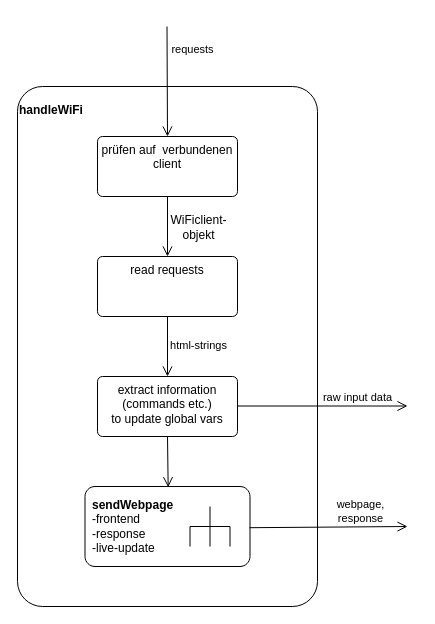
This is page "Seite-2" (2 of 4) of Aktivitätsdiagramm Vertigo 01.12.2025.drawio from MaxMartin-git/VertiGo, a draw.io file, before an edit. Source tidied: cells renumbered, new cells numbered last; positions are measured from the earlier drawing's top-left corner, leaving out a move shared by most shapes. Both pictures are drawn from the tidied source at 100%, with x=0, y=0 at pixel (17, 26).
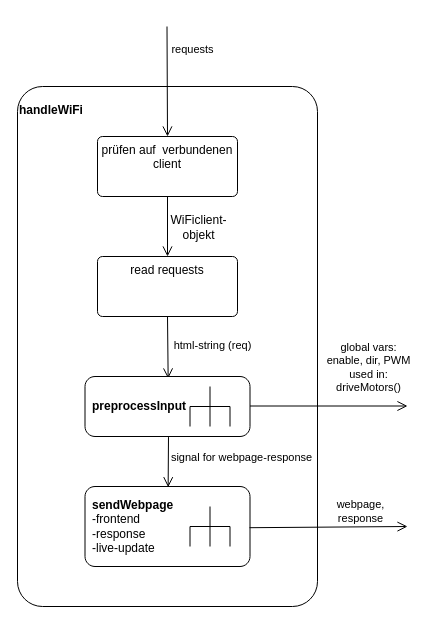
The same diagram, later.

The change refers to these unchanged cells:
```xml
<mxCell id="3" value="read requests" style="html=1;align=center;verticalAlign=top;rounded=1;absoluteArcSize=1;arcSize=10;dashed=0;whiteSpace=wrap;labelBackgroundColor=none;" parent="1" vertex="1">
  <mxGeometry x="80" y="230" width="140" height="60" as="geometry" />
</mxCell>
<mxCell id="7" value="&lt;span style=&quot;&quot;&gt;&lt;b&gt;sendWebpage&lt;/b&gt;&lt;/span&gt;&lt;div&gt;-frontend&lt;/div&gt;&lt;div&gt;-response&lt;/div&gt;&lt;div&gt;-live-update&lt;/div&gt;" style="shape=mxgraph.uml25.behaviorAction;html=1;rounded=1;absoluteArcSize=1;arcSize=10;align=left;spacingLeft=5;whiteSpace=wrap;labelBackgroundColor=none;" parent="1" vertex="1">
  <mxGeometry x="67.5" y="460" width="165" height="80" as="geometry" />
</mxCell>
<mxCell id="15" style="endArrow=open;startArrow=none;endFill=0;startFill=0;endSize=8;html=1;verticalAlign=bottom;labelBackgroundColor=none;strokeWidth=1;rounded=0;exitX=1;exitY=0.5;exitDx=0;exitDy=0;" parent="1" edge="1">
  <mxGeometry relative="1" as="geometry">
    <mxPoint x="220" y="379.5" as="sourcePoint" />
    <mxPoint x="390" y="379.5" as="targetPoint" />
  </mxGeometry>
</mxCell>
```

Diff of the diagram source:
```diff
@@
-    <mxCell id="4" style="endArrow=open;startArrow=none;endFill=0;startFill=0;endSize=8;html=1;verticalAlign=bottom;labelBackgroundColor=none;strokeWidth=1;rounded=0;exitX=0.5;exitY=1;exitDx=0;exitDy=0;entryX=0.5;entryY=0;entryDx=0;entryDy=0;fontColor=default;" parent="1" edge="1" source="3" target="17">
+    <mxCell id="4" style="endArrow=open;startArrow=none;endFill=0;startFill=0;endSize=8;html=1;verticalAlign=bottom;labelBackgroundColor=none;strokeWidth=1;rounded=0;exitX=0.5;exitY=1;exitDx=0;exitDy=0;entryX=0.504;entryY=0.033;entryDx=0;entryDy=0;fontColor=default;entryPerimeter=0;" parent="1" edge="1" source="3" target="20">
       <mxGeometry relative="1" as="geometry" />
     </mxCell>
-    <mxCell id="5" value="html-strings" style="edgeLabel;html=1;align=center;verticalAlign=middle;labelBackgroundColor=none;" parent="4" vertex="1">
+    <mxCell id="5" value="html-string (req)" style="edgeLabel;html=1;align=center;verticalAlign=middle;labelBackgroundColor=none;" parent="4" vertex="1">
       <mxGeometry x="-0.08" y="1" relative="1" as="geometry">
-        <mxPoint x="29" as="offset" />
+        <mxPoint x="43" as="offset" />
       </mxGeometry>
     </mxCell>
-    <mxCell id="6" style="endArrow=open;startArrow=none;endFill=0;startFill=0;endSize=8;html=1;verticalAlign=bottom;labelBackgroundColor=none;strokeWidth=1;rounded=0;exitX=0.5;exitY=1;exitDx=0;exitDy=0;entryX=0.504;entryY=0.009;entryDx=0;entryDy=0;entryPerimeter=0;fontColor=default;" parent="1" edge="1" source="17" target="7">
+    <mxCell id="6" style="endArrow=open;startArrow=none;endFill=0;startFill=0;endSize=8;html=1;verticalAlign=bottom;labelBackgroundColor=none;strokeWidth=1;rounded=0;entryX=0.504;entryY=0.009;entryDx=0;entryDy=0;entryPerimeter=0;fontColor=default;exitX=0.506;exitY=1.01;exitDx=0;exitDy=0;exitPerimeter=0;" parent="1" edge="1" source="20" target="7">
       <mxGeometry relative="1" as="geometry" />
     </mxCell>
+    <mxCell id="18" value="signal for webpage-response" style="edgeLabel;html=1;align=center;verticalAlign=middle;fontFamily=Helvetica;fontSize=11;fontColor=default;labelBackgroundColor=default;fillColor=none;gradientColor=none;" parent="6" vertex="1">
+      <mxGeometry x="-0.38" y="3" relative="1" as="geometry">
+        <mxPoint x="70" y="4" as="offset" />
+      </mxGeometry>
+    </mxCell>
@@
-    <mxCell id="16" value="&lt;span style=&quot;&quot;&gt;raw input data&lt;/span&gt;" style="edgeLabel;html=1;align=center;verticalAlign=middle;labelBackgroundColor=default;" parent="15" vertex="1">
+    <mxCell id="16" style="edgeLabel;html=1;align=center;verticalAlign=middle;labelBackgroundColor=default;fillColor=#FFFFFF;" parent="15" vertex="1">
       <mxGeometry x="0.37" y="-1" relative="1" as="geometry">
-        <mxPoint x="3" y="-10" as="offset" />
+        <mxPoint x="13" y="-40" as="offset" />
       </mxGeometry>
     </mxCell>
-    <mxCell id="17" value="&lt;div&gt;extract information&lt;/div&gt;&lt;div&gt;(commands etc.)&lt;/div&gt;&lt;div&gt;to update global vars&lt;/div&gt;" style="html=1;align=center;verticalAlign=top;rounded=1;absoluteArcSize=1;arcSize=10;dashed=0;whiteSpace=wrap;labelBackgroundColor=none;" parent="1" vertex="1">
-      <mxGeometry x="80" y="350" width="140" height="60" as="geometry" />
-    </mxCell>
+    <mxCell id="19" value="&lt;span style=&quot;background-color: light-dark(#ffffff, var(--ge-dark-color, #121212));&quot;&gt;global vars:&lt;/span&gt;&lt;div&gt;enable, dir, PWM&lt;/div&gt;&lt;div&gt;used in:&lt;/div&gt;&lt;div&gt;driveMotors()&lt;/div&gt;" style="edgeLabel;html=1;align=center;verticalAlign=middle;fontFamily=Helvetica;fontSize=11;fontColor=default;labelBackgroundColor=default;fillColor=none;gradientColor=none;" parent="15" vertex="1">
+      <mxGeometry x="0.37" y="-1" relative="1" as="geometry">
+        <mxPoint x="14" y="-40" as="offset" />
+      </mxGeometry>
+    </mxCell>
+    <mxCell id="20" value="&lt;b style=&quot;text-align: center;&quot;&gt;preprocessInput&lt;/b&gt;" style="shape=mxgraph.uml25.behaviorAction;html=1;rounded=1;absoluteArcSize=1;arcSize=10;align=left;spacingLeft=5;whiteSpace=wrap;labelBackgroundColor=none;" parent="1" vertex="1">
+      <mxGeometry x="67.5" y="350" width="165" height="60" as="geometry" />
+    </mxCell>
```
